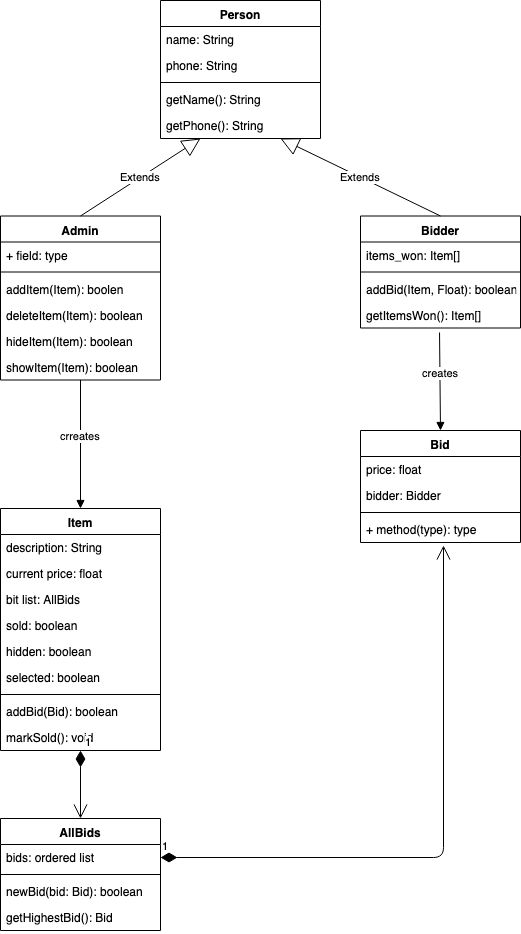
stuhops/AuctionIt keeps this draw.io diagram as docs/UMLdiagram.png. Above is the earlier version. Source tidied: cells renumbered, new cells last; positions are measured from the earlier drawing's top-left corner, leaving out a move shared by most shapes. Its diagram source:
```xml
<mxGraphModel>
  <root>
    <mxCell id="0" />
    <mxCell id="1" parent="0" />
    <mxCell id="2" value="Item" style="swimlane;fontStyle=1;align=center;verticalAlign=top;horizontal=1;startSize=26;" parent="1" vertex="1">
      <mxGeometry y="508" width="160" height="242" as="geometry" />
    </mxCell>
    <mxCell id="3" value="description: String" style="text;strokeColor=none;fillColor=none;align=left;verticalAlign=top;spacingLeft=4;spacingRight=4;overflow=hidden;" parent="2" vertex="1">
      <mxGeometry y="26" width="160" height="26" as="geometry" />
    </mxCell>
    <mxCell id="4" value="current price: float" style="text;strokeColor=none;fillColor=none;align=left;verticalAlign=top;spacingLeft=4;spacingRight=4;overflow=hidden;" parent="2" vertex="1">
      <mxGeometry y="52" width="160" height="26" as="geometry" />
    </mxCell>
    <mxCell id="5" value="bit list: AllBids" style="text;strokeColor=none;fillColor=none;align=left;verticalAlign=top;spacingLeft=4;spacingRight=4;overflow=hidden;" parent="2" vertex="1">
      <mxGeometry y="78" width="160" height="26" as="geometry" />
    </mxCell>
    <mxCell id="6" value="sold: boolean" style="text;strokeColor=none;fillColor=none;align=left;verticalAlign=top;spacingLeft=4;spacingRight=4;overflow=hidden;points=[[0,0.5],[1,0.5]];portConstraint=eastwest;" parent="2" vertex="1">
      <mxGeometry y="104" width="160" height="26" as="geometry" />
    </mxCell>
    <mxCell id="7" value="hidden: boolean" style="text;strokeColor=none;fillColor=none;align=left;verticalAlign=top;spacingLeft=4;spacingRight=4;overflow=hidden;" parent="2" vertex="1">
      <mxGeometry y="130" width="160" height="26" as="geometry" />
    </mxCell>
    <mxCell id="8" value="selected: boolean" style="text;strokeColor=none;fillColor=none;align=left;verticalAlign=top;spacingLeft=4;spacingRight=4;overflow=hidden;" parent="2" vertex="1">
      <mxGeometry y="156" width="160" height="26" as="geometry" />
    </mxCell>
    <mxCell id="9" style="line;strokeWidth=1;fillColor=none;align=left;verticalAlign=middle;spacingTop=-1;spacingLeft=3;spacingRight=3;labelPosition=right;" parent="2" vertex="1">
      <mxGeometry y="182" width="160" height="8" as="geometry" />
    </mxCell>
    <mxCell id="10" value="addBid(Bid): boolean" style="text;strokeColor=none;fillColor=none;align=left;verticalAlign=top;spacingLeft=4;spacingRight=4;overflow=hidden;" parent="2" vertex="1">
      <mxGeometry y="190" width="160" height="26" as="geometry" />
    </mxCell>
    <mxCell id="11" value="markSold(): void" style="text;strokeColor=none;fillColor=none;align=left;verticalAlign=top;spacingLeft=4;spacingRight=4;overflow=hidden;" parent="2" vertex="1">
      <mxGeometry y="216" width="160" height="26" as="geometry" />
    </mxCell>
    <mxCell id="12" value="Bid" style="swimlane;fontStyle=1;align=center;verticalAlign=top;horizontal=1;startSize=26;" parent="1" vertex="1">
      <mxGeometry x="360" y="430" width="160" height="112" as="geometry" />
    </mxCell>
    <mxCell id="13" value="price: float" style="text;strokeColor=none;fillColor=none;align=left;verticalAlign=top;spacingLeft=4;spacingRight=4;overflow=hidden;" parent="12" vertex="1">
      <mxGeometry y="26" width="160" height="26" as="geometry" />
    </mxCell>
    <mxCell id="14" value="bidder: Bidder" style="text;strokeColor=none;fillColor=none;align=left;verticalAlign=top;spacingLeft=4;spacingRight=4;overflow=hidden;" parent="12" vertex="1">
      <mxGeometry y="52" width="160" height="26" as="geometry" />
    </mxCell>
    <mxCell id="15" style="line;strokeWidth=1;fillColor=none;align=left;verticalAlign=middle;spacingTop=-1;spacingLeft=3;spacingRight=3;labelPosition=right;" parent="12" vertex="1">
      <mxGeometry y="78" width="160" height="8" as="geometry" />
    </mxCell>
    <mxCell id="16" value="+ method(type): type" style="text;strokeColor=none;fillColor=none;align=left;verticalAlign=top;spacingLeft=4;spacingRight=4;overflow=hidden;points=[[0,0.5],[1,0.5]];portConstraint=eastwest;" parent="12" vertex="1">
      <mxGeometry y="86" width="160" height="26" as="geometry" />
    </mxCell>
    <mxCell id="17" value="AllBids" style="swimlane;fontStyle=1;align=center;verticalAlign=top;horizontal=1;startSize=26;" parent="1" vertex="1">
      <mxGeometry y="818" width="160" height="112" as="geometry" />
    </mxCell>
    <mxCell id="18" value="bids: ordered list" style="text;strokeColor=none;fillColor=none;align=left;verticalAlign=top;spacingLeft=4;spacingRight=4;overflow=hidden;points=[[0,0.5],[1,0.5]];portConstraint=eastwest;" parent="17" vertex="1">
      <mxGeometry y="26" width="160" height="26" as="geometry" />
    </mxCell>
    <mxCell id="19" style="line;strokeWidth=1;fillColor=none;align=left;verticalAlign=middle;spacingTop=-1;spacingLeft=3;spacingRight=3;labelPosition=right;" parent="17" vertex="1">
      <mxGeometry y="52" width="160" height="8" as="geometry" />
    </mxCell>
    <mxCell id="20" value="newBid(bid: Bid): boolean" style="text;strokeColor=none;fillColor=none;align=left;verticalAlign=top;spacingLeft=4;spacingRight=4;overflow=hidden;" parent="17" vertex="1">
      <mxGeometry y="60" width="160" height="26" as="geometry" />
    </mxCell>
    <mxCell id="21" value="getHighestBid(): Bid" style="text;strokeColor=none;fillColor=none;align=left;verticalAlign=top;spacingLeft=4;spacingRight=4;overflow=hidden;" parent="17" vertex="1">
      <mxGeometry y="86" width="160" height="26" as="geometry" />
    </mxCell>
    <mxCell id="22" value="Person" style="swimlane;fontStyle=1;align=center;verticalAlign=top;horizontal=1;startSize=26;" parent="1" vertex="1">
      <mxGeometry x="160" width="160" height="138" as="geometry" />
    </mxCell>
    <mxCell id="23" value="name: String" style="text;strokeColor=none;fillColor=none;align=left;verticalAlign=top;spacingLeft=4;spacingRight=4;overflow=hidden;" parent="22" vertex="1">
      <mxGeometry y="26" width="160" height="26" as="geometry" />
    </mxCell>
    <mxCell id="24" value="phone: String" style="text;strokeColor=none;fillColor=none;align=left;verticalAlign=top;spacingLeft=4;spacingRight=4;overflow=hidden;" parent="22" vertex="1">
      <mxGeometry y="52" width="160" height="26" as="geometry" />
    </mxCell>
    <mxCell id="25" style="line;strokeWidth=1;fillColor=none;align=left;verticalAlign=middle;spacingTop=-1;spacingLeft=3;spacingRight=3;labelPosition=right;" parent="22" vertex="1">
      <mxGeometry y="78" width="160" height="8" as="geometry" />
    </mxCell>
    <mxCell id="26" value="getName(): String" style="text;strokeColor=none;fillColor=none;align=left;verticalAlign=top;spacingLeft=4;spacingRight=4;overflow=hidden;" parent="22" vertex="1">
      <mxGeometry y="86" width="160" height="26" as="geometry" />
    </mxCell>
    <mxCell id="27" value="getPhone(): String" style="text;strokeColor=none;fillColor=none;align=left;verticalAlign=top;spacingLeft=4;spacingRight=4;overflow=hidden;" parent="22" vertex="1">
      <mxGeometry y="112" width="160" height="26" as="geometry" />
    </mxCell>
    <mxCell id="28" value="Bidder" style="swimlane;fontStyle=1;align=center;verticalAlign=top;horizontal=1;startSize=26;" parent="1" vertex="1">
      <mxGeometry x="360" y="215.5" width="160" height="112" as="geometry" />
    </mxCell>
    <mxCell id="29" value="items_won: Item[]" style="text;strokeColor=none;fillColor=none;align=left;verticalAlign=top;spacingLeft=4;spacingRight=4;overflow=hidden;" parent="28" vertex="1">
      <mxGeometry y="26" width="160" height="26" as="geometry" />
    </mxCell>
    <mxCell id="30" style="line;strokeWidth=1;fillColor=none;align=left;verticalAlign=middle;spacingTop=-1;spacingLeft=3;spacingRight=3;labelPosition=right;" parent="28" vertex="1">
      <mxGeometry y="52" width="160" height="8" as="geometry" />
    </mxCell>
    <mxCell id="31" value="addBid(Item, Float): boolean" style="text;strokeColor=none;fillColor=none;align=left;verticalAlign=top;spacingLeft=4;spacingRight=4;overflow=hidden;" parent="28" vertex="1">
      <mxGeometry y="60" width="160" height="26" as="geometry" />
    </mxCell>
    <mxCell id="32" value="getItemsWon(): Item[]" style="text;strokeColor=none;fillColor=none;align=left;verticalAlign=top;spacingLeft=4;spacingRight=4;overflow=hidden;points=[[0,0.5],[1,0.5]];portConstraint=eastwest;" parent="28" vertex="1">
      <mxGeometry y="86" width="160" height="26" as="geometry" />
    </mxCell>
    <mxCell id="33" value="Admin" style="swimlane;fontStyle=1;align=center;verticalAlign=top;horizontal=1;startSize=26;" parent="1" vertex="1">
      <mxGeometry y="215.5" width="160" height="164" as="geometry" />
    </mxCell>
    <mxCell id="34" value="+ field: type" style="text;strokeColor=none;fillColor=none;align=left;verticalAlign=top;spacingLeft=4;spacingRight=4;overflow=hidden;" parent="33" vertex="1">
      <mxGeometry y="26" width="160" height="26" as="geometry" />
    </mxCell>
    <mxCell id="35" style="line;strokeWidth=1;fillColor=none;align=left;verticalAlign=middle;spacingTop=-1;spacingLeft=3;spacingRight=3;labelPosition=right;" parent="33" vertex="1">
      <mxGeometry y="52" width="160" height="8" as="geometry" />
    </mxCell>
    <mxCell id="36" value="addItem(Item): boolen" style="text;strokeColor=none;fillColor=none;align=left;verticalAlign=top;spacingLeft=4;spacingRight=4;overflow=hidden;" parent="33" vertex="1">
      <mxGeometry y="60" width="160" height="26" as="geometry" />
    </mxCell>
    <mxCell id="37" value="deleteItem(Item): boolean" style="text;strokeColor=none;fillColor=none;align=left;verticalAlign=top;spacingLeft=4;spacingRight=4;overflow=hidden;" parent="33" vertex="1">
      <mxGeometry y="86" width="160" height="26" as="geometry" />
    </mxCell>
    <mxCell id="38" value="hideItem(Item): boolean" style="text;strokeColor=none;fillColor=none;align=left;verticalAlign=top;spacingLeft=4;spacingRight=4;overflow=hidden;" parent="33" vertex="1">
      <mxGeometry y="112" width="160" height="26" as="geometry" />
    </mxCell>
    <mxCell id="39" value="showItem(Item): boolean" style="text;strokeColor=none;fillColor=none;align=left;verticalAlign=top;spacingLeft=4;spacingRight=4;overflow=hidden;points=[[0,0.5],[1,0.5]];portConstraint=eastwest;" parent="33" vertex="1">
      <mxGeometry y="138" width="160" height="26" as="geometry" />
    </mxCell>
    <mxCell id="40" value="Extends" style="endArrow=block;endSize=16;endFill=0;html=1;exitX=0.5;exitY=0;exitDx=0;exitDy=0;entryX=0.25;entryY=1;entryDx=0;entryDy=0;" parent="1" edge="1" source="33" target="22">
      <mxGeometry relative="1" as="geometry" />
    </mxCell>
    <mxCell id="41" value="Extends" style="endArrow=block;endSize=16;endFill=0;html=1;entryX=0.75;entryY=1;entryDx=0;entryDy=0;exitX=0.5;exitY=0;exitDx=0;exitDy=0;" parent="1" edge="1" source="28" target="22">
      <mxGeometry relative="1" as="geometry" />
    </mxCell>
    <mxCell id="42" value="1" style="endArrow=open;html=1;endSize=12;startArrow=diamondThin;startSize=14;startFill=1;edgeStyle=orthogonalEdgeStyle;align=left;verticalAlign=bottom;exitX=1;exitY=0.5;exitDx=0;exitDy=0;entryX=0.519;entryY=1.115;entryDx=0;entryDy=0;entryPerimeter=0;" parent="1" edge="1" source="18" target="16">
      <mxGeometry x="-1" y="3" relative="1" as="geometry">
        <Array as="points">
          <mxPoint x="443" y="857" />
        </Array>
      </mxGeometry>
    </mxCell>
    <mxCell id="43" value="1" style="endArrow=open;html=1;endSize=12;startArrow=diamondThin;startSize=14;startFill=1;edgeStyle=orthogonalEdgeStyle;align=left;verticalAlign=bottom;exitX=0.5;exitY=1;exitDx=0;exitDy=0;entryX=0.5;entryY=0;entryDx=0;entryDy=0;" parent="1" edge="1" source="2" target="17">
      <mxGeometry x="-1" y="3" relative="1" as="geometry" />
    </mxCell>
    <mxCell id="44" value="creates" style="html=1;verticalAlign=bottom;endArrow=block;entryX=0.5;entryY=0;entryDx=0;entryDy=0;exitX=0.494;exitY=1.173;exitDx=0;exitDy=0;exitPerimeter=0;" parent="1" edge="1" source="32" target="12">
      <mxGeometry relative="1" as="geometry" />
    </mxCell>
    <mxCell id="45" value="crreates" style="html=1;verticalAlign=bottom;endArrow=block;entryX=0.5;entryY=0;entryDx=0;entryDy=0;exitX=0.5;exitY=1;exitDx=0;exitDy=0;" parent="1" edge="1" source="33" target="2">
      <mxGeometry relative="1" as="geometry" />
    </mxCell>
  </root>
</mxGraphModel>
```
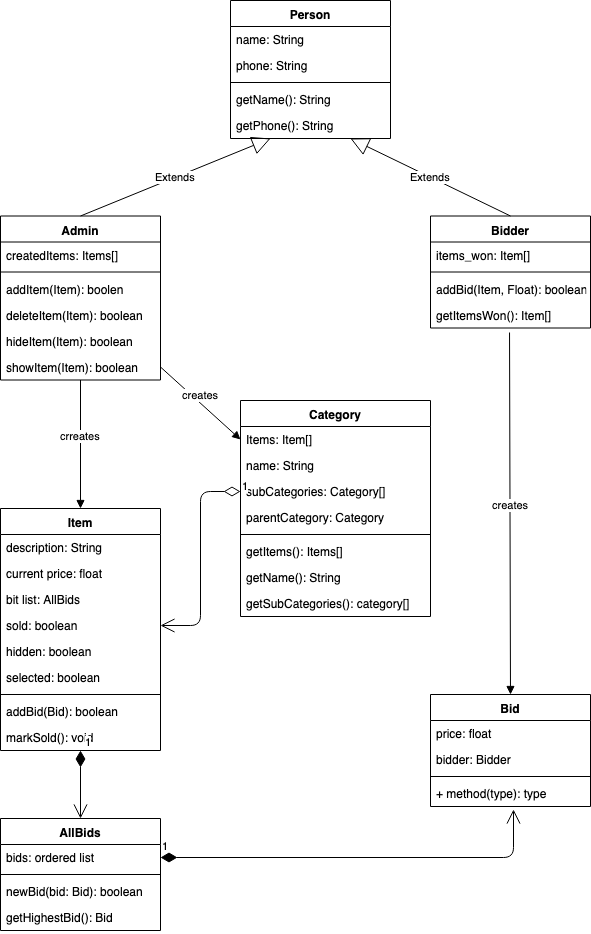
The same diagram one commit later.

Commit message:
added Category class to uml diagram

Diff of the diagram source:
```diff
@@ -33,7 +33,7 @@
       <mxGeometry y="216" width="160" height="26" as="geometry" />
     </mxCell>
     <mxCell id="12" value="Bid" style="swimlane;fontStyle=1;align=center;verticalAlign=top;horizontal=1;startSize=26;" parent="1" vertex="1">
-      <mxGeometry x="360" y="430" width="160" height="112" as="geometry" />
+      <mxGeometry x="430" y="694" width="160" height="112" as="geometry" />
     </mxCell>
     <mxCell id="13" value="price: float" style="text;strokeColor=none;fillColor=none;align=left;verticalAlign=top;spacingLeft=4;spacingRight=4;overflow=hidden;" parent="12" vertex="1">
       <mxGeometry y="26" width="160" height="26" as="geometry" />
@@ -63,7 +63,7 @@
       <mxGeometry y="86" width="160" height="26" as="geometry" />
     </mxCell>
     <mxCell id="22" value="Person" style="swimlane;fontStyle=1;align=center;verticalAlign=top;horizontal=1;startSize=26;" parent="1" vertex="1">
-      <mxGeometry x="160" width="160" height="138" as="geometry" />
+      <mxGeometry x="230" width="160" height="138" as="geometry" />
     </mxCell>
     <mxCell id="23" value="name: String" style="text;strokeColor=none;fillColor=none;align=left;verticalAlign=top;spacingLeft=4;spacingRight=4;overflow=hidden;" parent="22" vertex="1">
       <mxGeometry y="26" width="160" height="26" as="geometry" />
@@ -81,7 +81,7 @@
       <mxGeometry y="112" width="160" height="26" as="geometry" />
     </mxCell>
     <mxCell id="28" value="Bidder" style="swimlane;fontStyle=1;align=center;verticalAlign=top;horizontal=1;startSize=26;" parent="1" vertex="1">
-      <mxGeometry x="360" y="215.5" width="160" height="112" as="geometry" />
+      <mxGeometry x="430" y="215.5" width="160" height="112" as="geometry" />
     </mxCell>
     <mxCell id="29" value="items_won: Item[]" style="text;strokeColor=none;fillColor=none;align=left;verticalAlign=top;spacingLeft=4;spacingRight=4;overflow=hidden;" parent="28" vertex="1">
       <mxGeometry y="26" width="160" height="26" as="geometry" />
@@ -98,7 +98,7 @@
     <mxCell id="33" value="Admin" style="swimlane;fontStyle=1;align=center;verticalAlign=top;horizontal=1;startSize=26;" parent="1" vertex="1">
       <mxGeometry y="215.5" width="160" height="164" as="geometry" />
     </mxCell>
-    <mxCell id="34" value="+ field: type" style="text;strokeColor=none;fillColor=none;align=left;verticalAlign=top;spacingLeft=4;spacingRight=4;overflow=hidden;" parent="33" vertex="1">
+    <mxCell id="34" value="createdItems: Items[]" style="text;strokeColor=none;fillColor=none;align=left;verticalAlign=top;spacingLeft=4;spacingRight=4;overflow=hidden;" parent="33" vertex="1">
       <mxGeometry y="26" width="160" height="26" as="geometry" />
     </mxCell>
     <mxCell id="35" style="line;strokeWidth=1;fillColor=none;align=left;verticalAlign=middle;spacingTop=-1;spacingLeft=3;spacingRight=3;labelPosition=right;" parent="33" vertex="1">
@@ -125,7 +125,7 @@
     <mxCell id="42" value="1" style="endArrow=open;html=1;endSize=12;startArrow=diamondThin;startSize=14;startFill=1;edgeStyle=orthogonalEdgeStyle;align=left;verticalAlign=bottom;exitX=1;exitY=0.5;exitDx=0;exitDy=0;entryX=0.519;entryY=1.115;entryDx=0;entryDy=0;entryPerimeter=0;" parent="1" edge="1" source="18" target="16">
       <mxGeometry x="-1" y="3" relative="1" as="geometry">
         <Array as="points">
-          <mxPoint x="443" y="857" />
+          <mxPoint x="513" y="857" />
         </Array>
       </mxGeometry>
     </mxCell>
@@ -138,5 +138,38 @@
     <mxCell id="45" value="crreates" style="html=1;verticalAlign=bottom;endArrow=block;entryX=0.5;entryY=0;entryDx=0;entryDy=0;exitX=0.5;exitY=1;exitDx=0;exitDy=0;" parent="1" edge="1" source="33" target="2">
       <mxGeometry relative="1" as="geometry" />
     </mxCell>
+    <mxCell id="46" value="Category" style="swimlane;fontStyle=1;align=center;verticalAlign=top;horizontal=1;startSize=26;" parent="1" vertex="1">
+      <mxGeometry x="240" y="400" width="190" height="216" as="geometry" />
+    </mxCell>
+    <mxCell id="47" value="Items: Item[]" style="text;strokeColor=none;fillColor=none;align=left;verticalAlign=top;spacingLeft=4;spacingRight=4;overflow=hidden;points=[[0,0.5],[1,0.5]];portConstraint=eastwest;" parent="46" vertex="1">
+      <mxGeometry y="26" width="190" height="26" as="geometry" />
+    </mxCell>
+    <mxCell id="48" value="name: String" style="text;strokeColor=none;fillColor=none;align=left;verticalAlign=top;spacingLeft=4;spacingRight=4;overflow=hidden;" parent="46" vertex="1">
+      <mxGeometry y="52" width="190" height="26" as="geometry" />
+    </mxCell>
+    <mxCell id="49" value="subCategories: Category[]" style="text;strokeColor=none;fillColor=none;align=left;verticalAlign=top;spacingLeft=4;spacingRight=4;overflow=hidden;points=[[0,0.5],[1,0.5]];portConstraint=eastwest;" parent="46" vertex="1">
+      <mxGeometry y="78" width="190" height="26" as="geometry" />
+    </mxCell>
+    <mxCell id="50" value="parentCategory: Category" style="text;strokeColor=none;fillColor=none;align=left;verticalAlign=top;spacingLeft=4;spacingRight=4;overflow=hidden;" parent="46" vertex="1">
+      <mxGeometry y="104" width="190" height="26" as="geometry" />
+    </mxCell>
+    <mxCell id="51" style="line;strokeWidth=1;fillColor=none;align=left;verticalAlign=middle;spacingTop=-1;spacingLeft=3;spacingRight=3;labelPosition=right;" parent="46" vertex="1">
+      <mxGeometry y="130" width="190" height="8" as="geometry" />
+    </mxCell>
+    <mxCell id="52" value="getItems(): Items[]" style="text;strokeColor=none;fillColor=none;align=left;verticalAlign=top;spacingLeft=4;spacingRight=4;overflow=hidden;" parent="46" vertex="1">
+      <mxGeometry y="138" width="190" height="26" as="geometry" />
+    </mxCell>
+    <mxCell id="53" value="getName(): String" style="text;strokeColor=none;fillColor=none;align=left;verticalAlign=top;spacingLeft=4;spacingRight=4;overflow=hidden;" parent="46" vertex="1">
+      <mxGeometry y="164" width="190" height="26" as="geometry" />
+    </mxCell>
+    <mxCell id="54" value="getSubCategories(): category[]" style="text;strokeColor=none;fillColor=none;align=left;verticalAlign=top;spacingLeft=4;spacingRight=4;overflow=hidden;" parent="46" vertex="1">
+      <mxGeometry y="190" width="190" height="26" as="geometry" />
+    </mxCell>
+    <mxCell id="55" value="1" style="endArrow=open;html=1;endSize=12;startArrow=diamondThin;startSize=14;startFill=0;edgeStyle=orthogonalEdgeStyle;align=left;verticalAlign=bottom;exitX=0;exitY=0.5;exitDx=0;exitDy=0;entryX=1;entryY=0.5;entryDx=0;entryDy=0;" parent="1" edge="1" source="49" target="6">
+      <mxGeometry x="-1" y="3" relative="1" as="geometry" />
+    </mxCell>
+    <mxCell id="56" value="creates" style="html=1;verticalAlign=bottom;endArrow=block;exitX=1;exitY=0.5;exitDx=0;exitDy=0;entryX=0;entryY=0.5;entryDx=0;entryDy=0;" parent="1" edge="1" source="39" target="47">
+      <mxGeometry relative="1" as="geometry" />
+    </mxCell>
   </root>
 </mxGraphModel>
```
